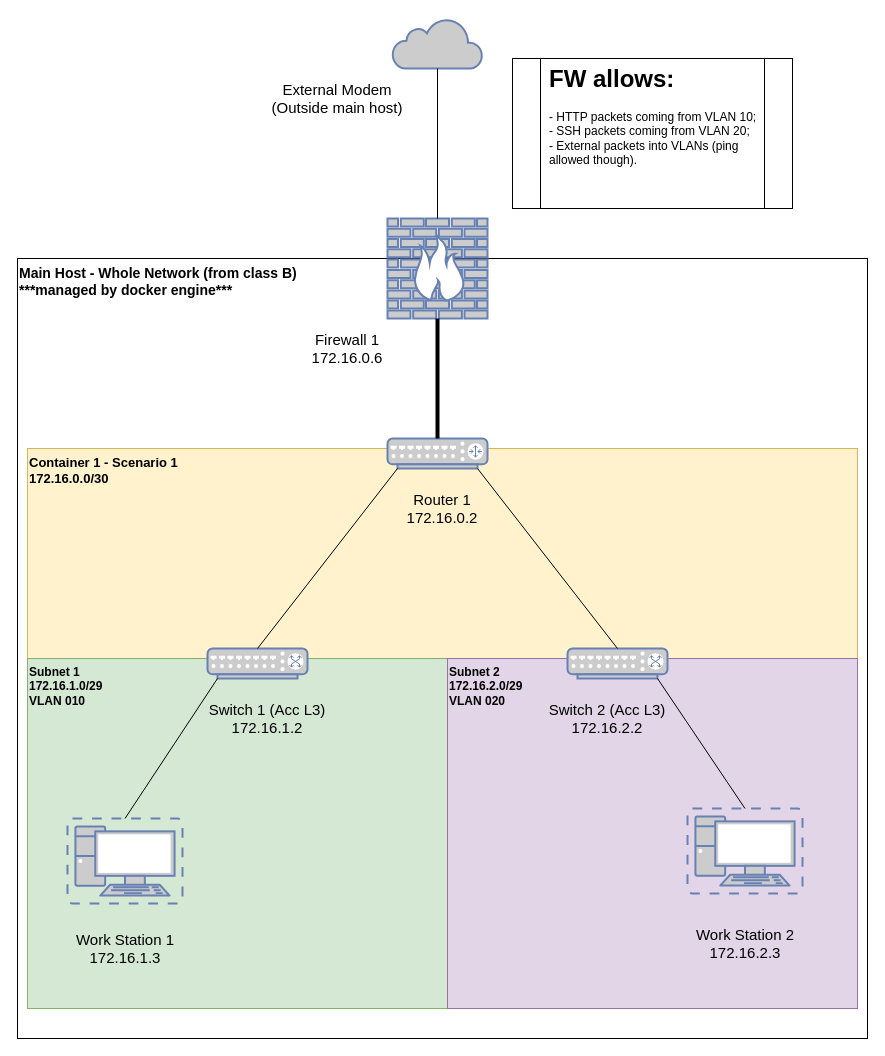
The draw.io diagram scenario-2/topology-2.drawio in AlmeidaCaio/computer-networks-tests, before the edit. Source tidied: cells renumbered, new cells numbered last; positions are measured from the earlier drawing's top-left corner, leaving out a move shared by most shapes. Both pictures are drawn from the tidied source at 100%, with x=0, y=0 at pixel (17, 18).
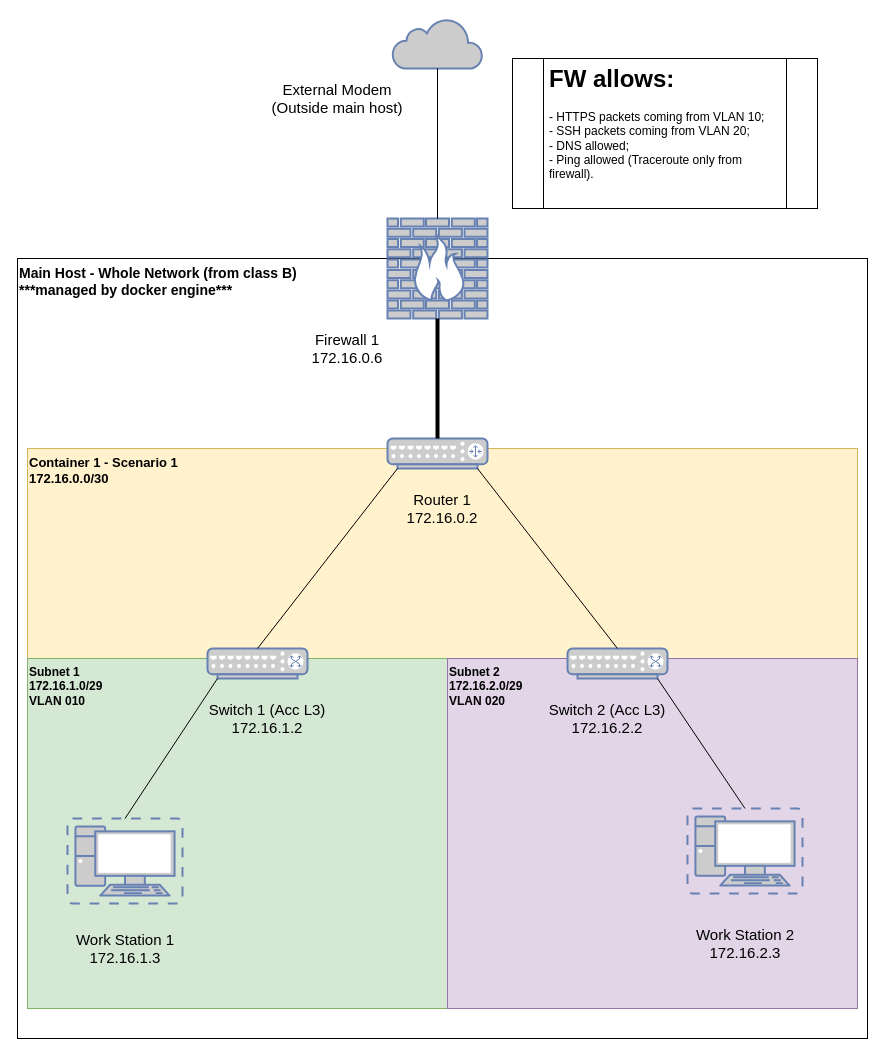
Above is the later version.

Commit message (it also covers changes not shown here):
Adds topology 2 img x2

What changed in the source:
```diff
@@
     <mxCell id="26" style="shape=process;whiteSpace=wrap;html=1;backgroundOutline=1;" parent="1" vertex="1">
-      <mxGeometry x="495" y="40" width="280" height="150" as="geometry" />
+      <mxGeometry x="495" y="40" width="305" height="150" as="geometry" />
     </mxCell>
-    <mxCell id="27" value="&lt;h1 style=&quot;margin-top: 0px;&quot;&gt;FW allows:&lt;/h1&gt;&lt;p&gt;&lt;span style=&quot;background-color: transparent; color: light-dark(rgb(0, 0, 0), rgb(255, 255, 255));&quot;&gt;- HTTP packets coming from VLAN 10;&lt;br&gt;&lt;/span&gt;&lt;span style=&quot;background-color: transparent; color: light-dark(rgb(0, 0, 0), rgb(255, 255, 255));&quot;&gt;- SSH packets coming from VLAN 20;&lt;br&gt;- External packets into VLANs (ping allowed though).&lt;/span&gt;&lt;/p&gt;" style="text;html=1;whiteSpace=wrap;overflow=hidden;rounded=0;" parent="1" vertex="1">
-      <mxGeometry x="530" y="40" width="210" height="150" as="geometry" />
+    <mxCell id="27" value="&lt;h1 style=&quot;margin-top: 0px;&quot;&gt;FW allows:&lt;/h1&gt;&lt;p&gt;&lt;span style=&quot;background-color: transparent; color: light-dark(rgb(0, 0, 0), rgb(255, 255, 255));&quot;&gt;- HTTPS packets coming from VLAN 10;&lt;br&gt;&lt;/span&gt;&lt;span style=&quot;background-color: transparent; color: light-dark(rgb(0, 0, 0), rgb(255, 255, 255));&quot;&gt;- SSH packets coming from VLAN 20;&lt;br&gt;- DNS allowed;&lt;br&gt;- Ping allowed (Traceroute only from firewall).&lt;/span&gt;&lt;/p&gt;" style="text;html=1;whiteSpace=wrap;overflow=hidden;rounded=0;" parent="1" vertex="1">
+      <mxGeometry x="530" y="40" width="220" height="150" as="geometry" />
     </mxCell>
```
